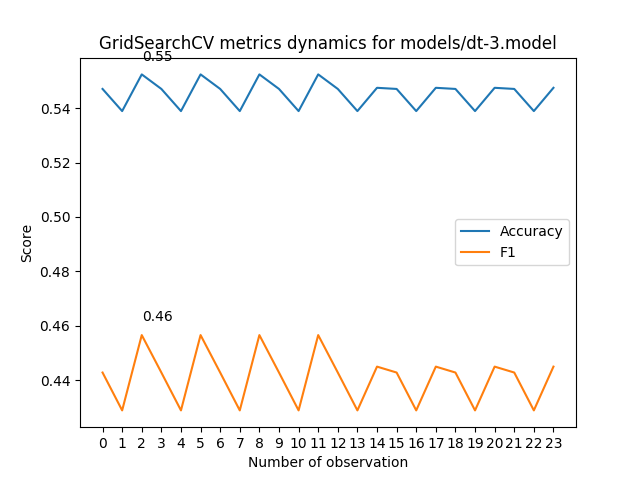
AverHLV/diploma-computations keeps this Graphviz diagram as models/dt-3.model_metrics.png. Above is the earlier version. Its source is kept beside it as models/dt-3.model.dot. Its diagram source:
```dot
digraph Tree {
node [shape=box, style="filled", color="black"] ;
0 [label="Topic <= 0.998\ngini = 0.558\nsamples = 12051\nvalue = [[29, 5153, 718, 4383, 1768]\n[307, 7350, 2407, 827, 1160]\n[152, 6590, 568, 4033, 708]\n...\n[16, 5638, 831, 3948, 1618]\n[11, 134, 56, 45, 11805]\n[16, 1990, 26, 7757, 2262]]", fillcolor="#fefbf8"] ;
1 [label="ОБ <= -0.236\ngini = 0.543\nsamples = 9251\nvalue = [[26, 4602, 561, 2671, 1391]\n[253, 5799, 1738, 556, 905]\n[130, 5765, 466, 2237, 653]\n...\n[16, 4918, 440, 2515, 1362]\n[9, 116, 32, 34, 9060]\n[15, 1773, 20, 5848, 1595]]", fillcolor="#fcf0e7"] ;
0 -> 1 [labeldistance=2.5, labelangle=45, headlabel="True"] ;
5 [label="Позафракційні <= -2.179\ngini = 0.536\nsamples = 2501\nvalue = [[13, 1370, 110, 552, 456]\n[40, 1643, 297, 181, 340]\n[34, 1493, 74, 555, 345]\n...\n[8, 1298, 97, 657, 441]\n[2, 18, 5, 1, 2475]\n[10, 385, 1, 1436, 669]]", fillcolor="#fbebdf"] ;
1 -> 5 ;
7 [label="gini = 0.388\nsamples = 191\nvalue = [[1, 17, 3, 106, 64]\n[0, 96, 35, 37, 23]\n[1, 28, 6, 120, 36]\n...\n[0, 17, 5, 94, 75]\n[0, 0, 0, 0, 191]\n[0, 3, 0, 36, 152]]", fillcolor="#e58139"] ;
5 -> 7 ;
8 [label="gini = 0.523\nsamples = 2310\nvalue = [[12, 1353, 107, 446, 392]\n[40, 1547, 262, 144, 317]\n[33, 1465, 68, 435, 309]\n...\n[8, 1281, 92, 563, 366]\n[2, 18, 5, 1, 2284]\n[10, 382, 1, 1400, 517]]", fillcolor="#f9e1d1"] ;
5 -> 8 ;
6 [label="Topic <= -1.596\ngini = 0.534\nsamples = 6750\nvalue = [[13, 3232, 451, 2119, 935]\n[213, 4156, 1441, 375, 565]\n[96, 4272, 392, 1682, 308]\n...\n[8, 3620, 343, 1858, 921]\n[7, 98, 27, 33, 6585]\n[5, 1388, 19, 4412, 926]]", fillcolor="#fbe9dd"] ;
1 -> 6 ;
9 [label="gini = 0.467\nsamples = 322\nvalue = [[3, 93, 58, 149, 19]\n[5, 237, 58, 9, 13]\n[0, 85, 54, 181, 2]\n...\n[0, 73, 77, 134, 38]\n[0, 18, 1, 16, 287]\n[0, 22, 0, 222, 78]]", fillcolor="#f1ba92"] ;
6 -> 9 ;
10 [label="gini = 0.529\nsamples = 6428\nvalue = [[10, 3139, 393, 1970, 916]\n[208, 3919, 1383, 366, 552]\n[96, 4187, 338, 1501, 306]\n...\n[8, 3547, 266, 1724, 883]\n[7, 80, 26, 17, 6298]\n[5, 1366, 19, 4190, 848]]", fillcolor="#fae6d8"] ;
6 -> 10 ;
2 [label="НФ <= -0.149\ngini = 0.528\nsamples = 2800\nvalue = [[3, 551, 157, 1712, 377]\n[54, 1551, 669, 271, 255]\n[22, 825, 102, 1796, 55]\n...\n[0, 720, 391, 1433, 256]\n[2, 18, 24, 11, 2745]\n[1, 217, 6, 1909, 667]]", fillcolor="#fae5d6"] ;
0 -> 2 [labeldistance=2.5, labelangle=-45, headlabel="False"] ;
3 [label="gini = 0.463\nsamples = 1869\nvalue = [[1, 158, 62, 1415, 233]\n[22, 994, 455, 223, 175]\n[1, 339, 51, 1451, 27]\n...\n[0, 338, 233, 1197, 101]\n[0, 3, 2, 1, 1863]\n[1, 64, 1, 1336, 467]]", fillcolor="#f0b78d"] ;
2 -> 3 ;
4 [label="gini = 0.564\nsamples = 931\nvalue = [[2, 393, 95, 297, 144]\n[32, 557, 214, 48, 80]\n[21, 486, 51, 345, 28]\n...\n[0, 382, 158, 236, 155]\n[2, 15, 22, 10, 882]\n[0, 153, 5, 573, 200]]", fillcolor="#ffffff"] ;
2 -> 4 ;
}
```
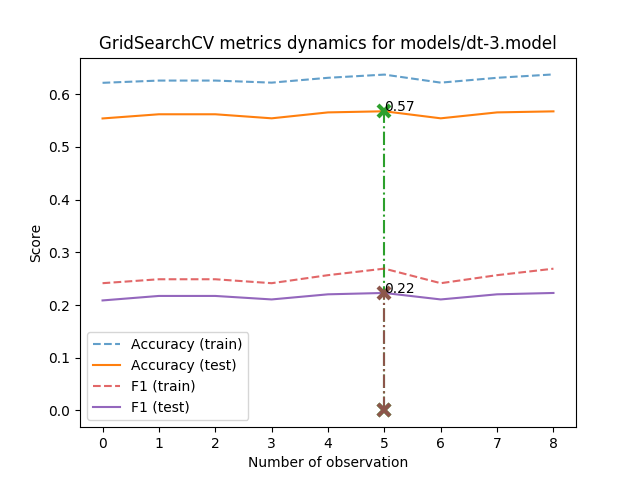
After the change.

Change to the diagram source:
```diff
@@ -1,24 +1,56 @@
 digraph Tree {
 node [shape=box, style="filled", color="black"] ;
-0 [label="Topic <= 0.998\ngini = 0.558\nsamples = 12051\nvalue = [[29, 5153, 718, 4383, 1768]\n[307, 7350, 2407, 827, 1160]\n[152, 6590, 568, 4033, 708]\n...\n[16, 5638, 831, 3948, 1618]\n[11, 134, 56, 45, 11805]\n[16, 1990, 26, 7757, 2262]]", fillcolor="#fefbf8"] ;
-1 [label="ОБ <= -0.236\ngini = 0.543\nsamples = 9251\nvalue = [[26, 4602, 561, 2671, 1391]\n[253, 5799, 1738, 556, 905]\n[130, 5765, 466, 2237, 653]\n...\n[16, 4918, 440, 2515, 1362]\n[9, 116, 32, 34, 9060]\n[15, 1773, 20, 5848, 1595]]", fillcolor="#fcf0e7"] ;
+0 [label="Topic <= 0.998\ngini = 0.558\nsamples = 12051\nvalue = [[31, 5139, 723, 4414, 1744]\n[317, 7308, 2439, 825, 1162]\n[153, 6581, 588, 4037, 692]\n...\n[14, 5643, 833, 3937, 1624]\n[9, 149, 59, 44, 11790]\n[19, 1980, 30, 7759, 2263]]", fillcolor="#fefcfb"] ;
+1 [label="Екогрупа <= -2.261\ngini = 0.542\nsamples = 9252\nvalue = [[28, 4600, 565, 2703, 1356]\n[267, 5765, 1749, 559, 912]\n[129, 5766, 483, 2232, 642]\n...\n[14, 4930, 442, 2500, 1366]\n[8, 130, 34, 35, 9045]\n[18, 1775, 21, 5828, 1610]]", fillcolor="#fdf6f0"] ;
 0 -> 1 [labeldistance=2.5, labelangle=45, headlabel="True"] ;
-5 [label="Позафракційні <= -2.179\ngini = 0.536\nsamples = 2501\nvalue = [[13, 1370, 110, 552, 456]\n[40, 1643, 297, 181, 340]\n[34, 1493, 74, 555, 345]\n...\n[8, 1298, 97, 657, 441]\n[2, 18, 5, 1, 2475]\n[10, 385, 1, 1436, 669]]", fillcolor="#fbebdf"] ;
+5 [label="gini = 0.493\nsamples = 473\nvalue = [[4, 112, 16, 225, 116]\n[0, 298, 67, 33, 75]\n[2, 147, 7, 267, 50]\n...\n[0, 120, 32, 198, 123]\n[0, 0, 0, 0, 473]\n[5, 21, 0, 30, 417]]", fillcolor="#f9e1cf"] ;
 1 -> 5 ;
-7 [label="gini = 0.388\nsamples = 191\nvalue = [[1, 17, 3, 106, 64]\n[0, 96, 35, 37, 23]\n[1, 28, 6, 120, 36]\n...\n[0, 17, 5, 94, 75]\n[0, 0, 0, 0, 191]\n[0, 3, 0, 36, 152]]", fillcolor="#e58139"] ;
-5 -> 7 ;
-8 [label="gini = 0.523\nsamples = 2310\nvalue = [[12, 1353, 107, 446, 392]\n[40, 1547, 262, 144, 317]\n[33, 1465, 68, 435, 309]\n...\n[8, 1281, 92, 563, 366]\n[2, 18, 5, 1, 2284]\n[10, 382, 1, 1400, 517]]", fillcolor="#f9e1d1"] ;
-5 -> 8 ;
-6 [label="Topic <= -1.596\ngini = 0.534\nsamples = 6750\nvalue = [[13, 3232, 451, 2119, 935]\n[213, 4156, 1441, 375, 565]\n[96, 4272, 392, 1682, 308]\n...\n[8, 3620, 343, 1858, 921]\n[7, 98, 27, 33, 6585]\n[5, 1388, 19, 4412, 926]]", fillcolor="#fbe9dd"] ;
+6 [label="ОБ <= -0.236\ngini = 0.536\nsamples = 8779\nvalue = [[24, 4488, 549, 2478, 1240]\n[267, 5467, 1682, 526, 837]\n[127, 5619, 476, 1965, 592]\n...\n[14, 4810, 410, 2302, 1243]\n[8, 130, 34, 35, 8572]\n[13, 1754, 21, 5798, 1193]]", fillcolor="#fdf3ec"] ;
 1 -> 6 ;
-9 [label="gini = 0.467\nsamples = 322\nvalue = [[3, 93, 58, 149, 19]\n[5, 237, 58, 9, 13]\n[0, 85, 54, 181, 2]\n...\n[0, 73, 77, 134, 38]\n[0, 18, 1, 16, 287]\n[0, 22, 0, 222, 78]]", fillcolor="#f1ba92"] ;
-6 -> 9 ;
-10 [label="gini = 0.529\nsamples = 6428\nvalue = [[10, 3139, 393, 1970, 916]\n[208, 3919, 1383, 366, 552]\n[96, 4187, 338, 1501, 306]\n...\n[8, 3547, 266, 1724, 883]\n[7, 80, 26, 17, 6298]\n[5, 1366, 19, 4190, 848]]", fillcolor="#fae6d8"] ;
-6 -> 10 ;
-2 [label="НФ <= -0.149\ngini = 0.528\nsamples = 2800\nvalue = [[3, 551, 157, 1712, 377]\n[54, 1551, 669, 271, 255]\n[22, 825, 102, 1796, 55]\n...\n[0, 720, 391, 1433, 256]\n[2, 18, 24, 11, 2745]\n[1, 217, 6, 1909, 667]]", fillcolor="#fae5d6"] ;
+7 [label="НФ <= 0.032\ngini = 0.519\nsamples = 2148\nvalue = [[11, 1272, 104, 400, 361]\n[43, 1417, 256, 138, 294]\n[29, 1383, 76, 376, 284]\n...\n[6, 1215, 76, 506, 345]\n[2, 18, 6, 1, 2121]\n[6, 377, 0, 1381, 384]]", fillcolor="#fbece0"] ;
+6 -> 7 ;
+21 [label="Екогрупа <= -0.142\ngini = 0.51\nsamples = 894\nvalue = [[1, 523, 37, 207, 126]\n[12, 640, 66, 49, 127]\n[9, 550, 25, 164, 146]\n...\n[2, 523, 15, 269, 85]\n[0, 3, 0, 0, 891]\n[2, 108, 0, 662, 122]]", fillcolor="#fae8db"] ;
+7 -> 21 ;
+25 [label="gini = 0.435\nsamples = 329\nvalue = [[1, 248, 8, 37, 35]\n[0, 278, 17, 10, 24]\n[0, 281, 5, 31, 12]\n...\n[2, 236, 6, 41, 44]\n[0, 3, 0, 0, 326]\n[2, 17, 0, 231, 79]]", fillcolor="#f4c8a8"] ;
+21 -> 25 ;
+26 [label="gini = 0.516\nsamples = 565\nvalue = [[0, 275, 29, 170, 91]\n[12, 362, 49, 39, 103]\n[9, 269, 20, 133, 134]\n...\n[0, 287, 9, 228, 41]\n[0, 0, 0, 0, 565]\n[0, 91, 0, 431, 43]]", fillcolor="#fbebdf"] ;
+21 -> 26 ;
+22 [label="gini = 0.504\nsamples = 1254\nvalue = [[10, 749, 67, 193, 235]\n[31, 777, 190, 89, 167]\n[20, 833, 51, 212, 138]\n...\n[4, 692, 61, 237, 260]\n[2, 15, 6, 1, 1230]\n[4, 269, 0, 719, 262]]", fillcolor="#fae5d7"] ;
+7 -> 22 ;
+8 [label="Topic <= -1.596\ngini = 0.532\nsamples = 6631\nvalue = [[13, 3216, 445, 2078, 879]\n[224, 4050, 1426, 388, 543]\n[98, 4236, 400, 1589, 308]\n...\n[8, 3595, 334, 1796, 898]\n[6, 112, 28, 34, 6451]\n[7, 1377, 21, 4417, 809]]", fillcolor="#fcf1e9"] ;
+6 -> 8 ;
+9 [label="gini = 0.462\nsamples = 321\nvalue = [[3, 82, 59, 155, 22]\n[2, 241, 59, 10, 9]\n[0, 80, 62, 177, 2]\n...\n[1, 71, 78, 130, 41]\n[0, 20, 1, 16, 284]\n[0, 18, 0, 223, 80]]", fillcolor="#f6d3ba"] ;
+8 -> 9 ;
+10 [label="НФ <= 0.573\ngini = 0.526\nsamples = 6310\nvalue = [[10, 3134, 386, 1923, 857]\n[222, 3809, 1367, 378, 534]\n[98, 4156, 338, 1412, 306]\n...\n[7, 3524, 256, 1666, 857]\n[6, 92, 27, 18, 6167]\n[7, 1359, 21, 4194, 729]]", fillcolor="#fcefe6"] ;
+8 -> 10 ;
+13 [label="gini = 0.518\nsamples = 4282\nvalue = [[5, 2021, 227, 1417, 612]\n[122, 2717, 950, 229, 264]\n[54, 2796, 214, 983, 235]\n...\n[6, 2506, 183, 1210, 377]\n[3, 29, 16, 8, 4226]\n[5, 963, 13, 2893, 408]]", fillcolor="#fbebe0"] ;
+10 -> 13 ;
+14 [label="gini = 0.528\nsamples = 2028\nvalue = [[5, 1113, 159, 506, 245]\n[100, 1092, 417, 149, 270]\n[44, 1360, 124, 429, 71]\n...\n[1, 1018, 73, 456, 480]\n[3, 63, 11, 10, 1941]\n[2, 396, 8, 1301, 321]]", fillcolor="#fcf0e7"] ;
+10 -> 14 ;
+2 [label="НФ <= -0.149\ngini = 0.526\nsamples = 2799\nvalue = [[3, 539, 158, 1711, 388]\n[50, 1543, 690, 266, 250]\n[24, 815, 105, 1805, 50]\n...\n[0, 713, 391, 1437, 258]\n[1, 19, 25, 9, 2745]\n[1, 205, 9, 1931, 653]]", fillcolor="#fcefe6"] ;
 0 -> 2 [labeldistance=2.5, labelangle=-45, headlabel="False"] ;
-3 [label="gini = 0.463\nsamples = 1869\nvalue = [[1, 158, 62, 1415, 233]\n[22, 994, 455, 223, 175]\n[1, 339, 51, 1451, 27]\n...\n[0, 338, 233, 1197, 101]\n[0, 3, 2, 1, 1863]\n[1, 64, 1, 1336, 467]]", fillcolor="#f0b78d"] ;
+3 [label="Topic <= 1.016\ngini = 0.463\nsamples = 1877\nvalue = [[1, 154, 62, 1417, 243]\n[23, 991, 472, 217, 174]\n[1, 341, 46, 1464, 25]\n...\n[0, 348, 237, 1197, 95]\n[0, 3, 2, 1, 1871]\n[1, 67, 3, 1353, 453]]", fillcolor="#f6d4bb"] ;
 2 -> 3 ;
-4 [label="gini = 0.564\nsamples = 931\nvalue = [[2, 393, 95, 297, 144]\n[32, 557, 214, 48, 80]\n[21, 486, 51, 345, 28]\n...\n[0, 382, 158, 236, 155]\n[2, 15, 22, 10, 882]\n[0, 153, 5, 573, 200]]", fillcolor="#ffffff"] ;
+11 [label="Екогрупа <= -0.566\ngini = 0.35\nsamples = 557\nvalue = [[0, 3, 24, 485, 45]\n[6, 387, 12, 95, 57]\n[0, 44, 7, 506, 0]\n...\n[0, 41, 140, 338, 38]\n[0, 0, 0, 0, 557]\n[0, 1, 0, 399, 157]]", fillcolor="#eca36f"] ;
+3 -> 11 ;
+23 [label="gini = 0.271\nsamples = 196\nvalue = [[0, 1, 22, 172, 1]\n[2, 107, 2, 48, 37]\n[0, 0, 3, 193, 0]\n...\n[0, 7, 9, 143, 37]\n[0, 0, 0, 0, 196]\n[0, 0, 0, 41, 155]]", fillcolor="#e58139"] ;
+11 -> 23 ;
+24 [label="gini = 0.326\nsamples = 361\nvalue = [[0, 2, 2, 313, 44]\n[4, 280, 10, 47, 20]\n[0, 44, 4, 313, 0]\n...\n[0, 34, 131, 195, 1]\n[0, 0, 0, 0, 361]\n[0, 1, 0, 358, 2]]", fillcolor="#ea995f"] ;
+11 -> 24 ;
+12 [label="Topic <= 1.421\ngini = 0.471\nsamples = 1320\nvalue = [[1, 151, 38, 932, 198]\n[17, 604, 460, 122, 117]\n[1, 297, 39, 958, 25]\n...\n[0, 307, 97, 859, 57]\n[0, 3, 2, 1, 1314]\n[1, 66, 3, 954, 296]]", fillcolor="#f7d7c0"] ;
+3 -> 12 ;
+15 [label="gini = 0.531\nsamples = 212\nvalue = [[0, 81, 10, 76, 45]\n[5, 122, 47, 9, 29]\n[1, 125, 8, 64, 14]\n...\n[0, 106, 9, 74, 23]\n[0, 2, 2, 0, 208]\n[1, 35, 0, 115, 61]]", fillcolor="#fcf1e9"] ;
+12 -> 15 ;
+16 [label="Topic <= 1.439\ngini = 0.431\nsamples = 1108\nvalue = [[1, 70, 28, 856, 153]\n[12, 482, 413, 113, 88]\n[0, 172, 31, 894, 11]\n...\n[0, 201, 88, 785, 34]\n[0, 1, 0, 1, 1106]\n[0, 31, 3, 839, 235]]", fillcolor="#f3c6a5"] ;
+12 -> 16 ;
+17 [label="gini = 0.339\nsamples = 449\nvalue = [[0, 15, 0, 368, 66]\n[6, 101, 228, 82, 32]\n[0, 36, 0, 413, 0]\n...\n[0, 52, 27, 357, 13]\n[0, 0, 0, 0, 449]\n[0, 4, 0, 383, 62]]", fillcolor="#eb9e67"] ;
+16 -> 17 ;
+18 [label="gini = 0.447\nsamples = 659\nvalue = [[1, 55, 28, 488, 87]\n[6, 381, 185, 31, 56]\n[0, 136, 31, 481, 11]\n...\n[0, 149, 61, 428, 21]\n[0, 1, 0, 1, 657]\n[0, 27, 3, 456, 173]]", fillcolor="#f5cdb0"] ;
+16 -> 18 ;
+4 [label="Topic <= 1.016\ngini = 0.564\nsamples = 922\nvalue = [[2, 385, 96, 294, 145]\n[27, 552, 218, 49, 76]\n[23, 474, 59, 341, 25]\n...\n[0, 365, 154, 240, 163]\n[1, 16, 23, 8, 874]\n[0, 138, 6, 578, 200]]", fillcolor="#ffffff"] ;
 2 -> 4 ;
+19 [label="gini = 0.292\nsamples = 94\nvalue = [[0, 23, 24, 44, 3]\n[1, 73, 2, 6, 12]\n[0, 5, 0, 89, 0]\n...\n[0, 8, 65, 21, 0]\n[0, 0, 0, 0, 94]\n[0, 0, 0, 35, 59]]", fillcolor="#e78a47"] ;
+4 -> 19 ;
+20 [label="gini = 0.559\nsamples = 828\nvalue = [[2, 362, 72, 250, 142]\n[26, 479, 216, 43, 64]\n[23, 469, 59, 252, 25]\n...\n[0, 357, 89, 219, 163]\n[1, 16, 23, 8, 780]\n[0, 138, 6, 543, 141]]", fillcolor="#fffdfc"] ;
+4 -> 20 ;
 }
```
